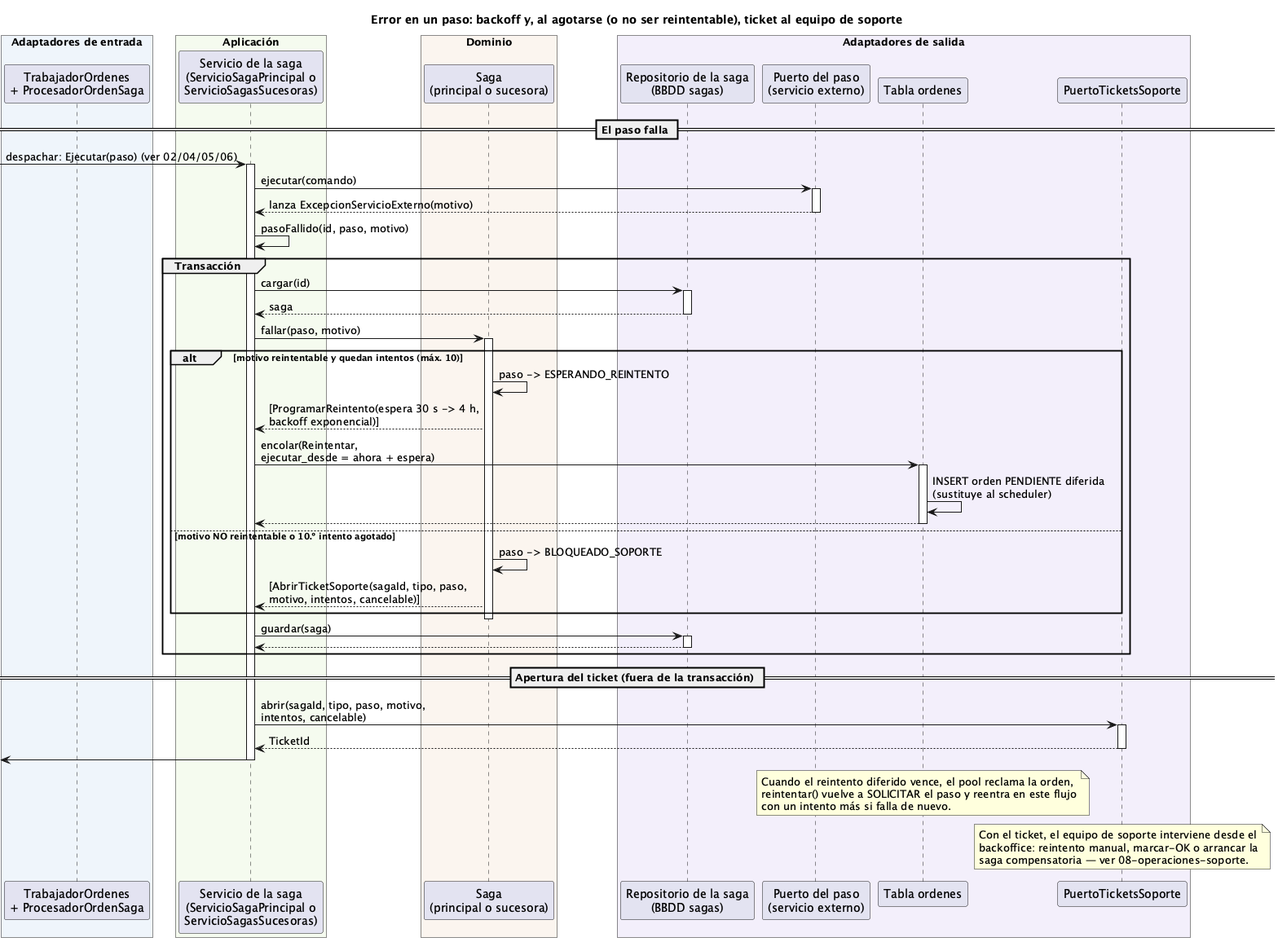
The PlantUML diagram order-manager/docs/07-error-ticket-soporte.png in ralcazar/patrones, before a commit.
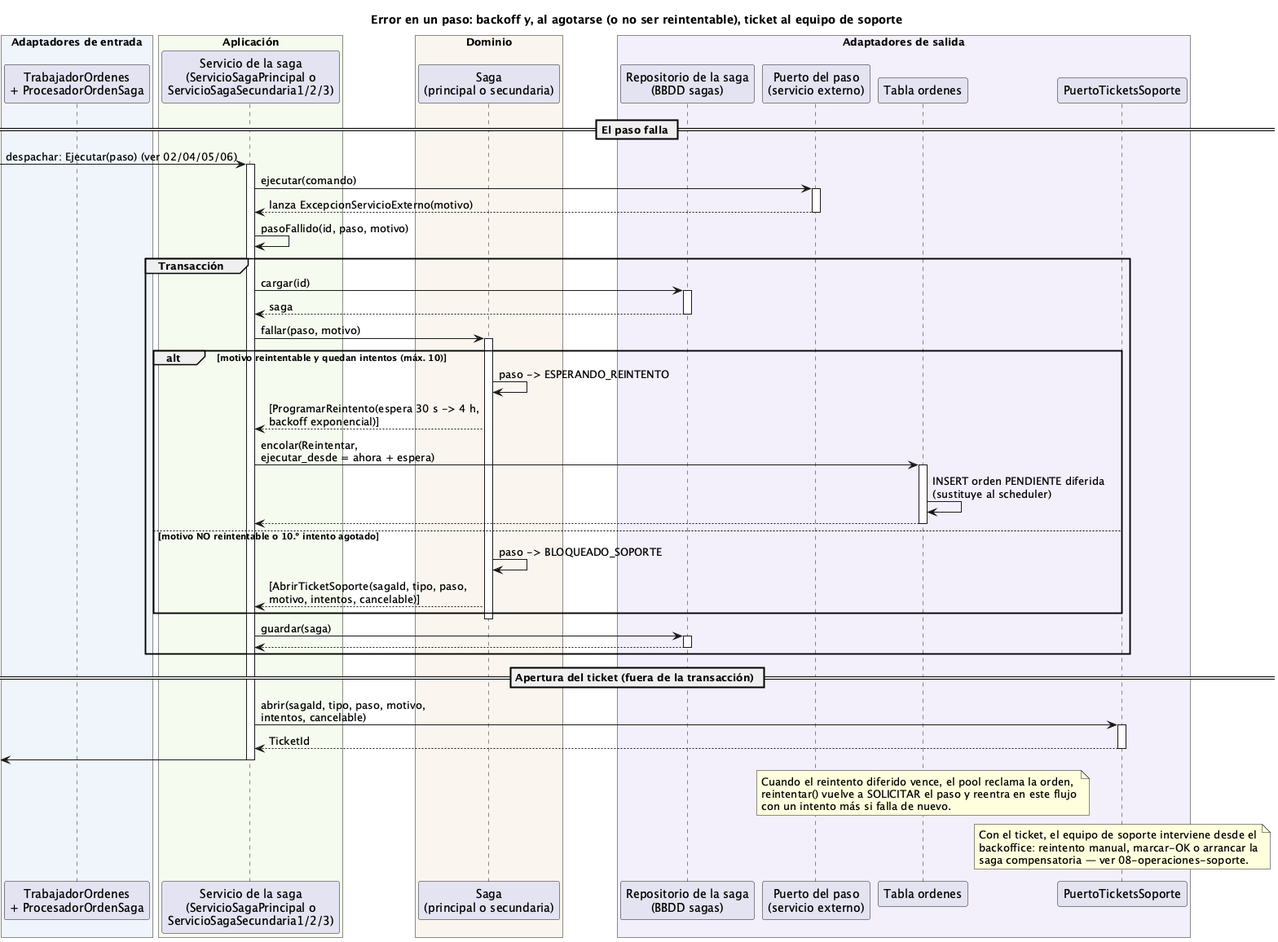
Above is the later version.

Change to the diagram source:
```diff
@@ -5,10 +5,10 @@
   participant "TrabajadorOrdenes\n+ ProcesadorOrdenSaga" as TRAB
 end box
 box "Aplicación" #F5FBEF
-  participant "Servicio de la saga\n(ServicioSagaPrincipal o\nServicioSagasSucesoras)" as SVC
+  participant "Servicio de la saga\n(ServicioSagaPrincipal o\nServicioSagaSecundaria1/2/3)" as SVC
 end box
 box "Dominio" #FBF5EF
-  participant "Saga\n(principal o sucesora)" as SAGA
+  participant "Saga\n(principal o secundaria)" as SAGA
 end box
 box "Adaptadores de salida" #F3EFFB
   participant "Repositorio de la saga\n(BBDD sagas)" as REPO
```
